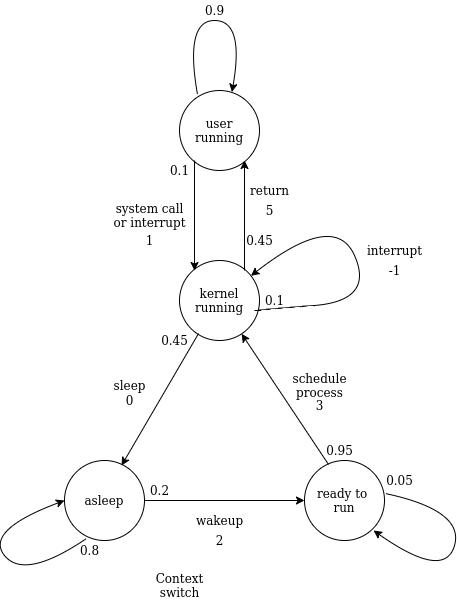
This is C1/Unix Process State Transition.drawio.png from lakhalouahid/reinforcement-learning-course, a draw.io export, as it was before one commit. Source tidied: cells renumbered, new cells last; positions are measured from the earlier drawing's top-left corner, leaving out a move shared by most shapes.
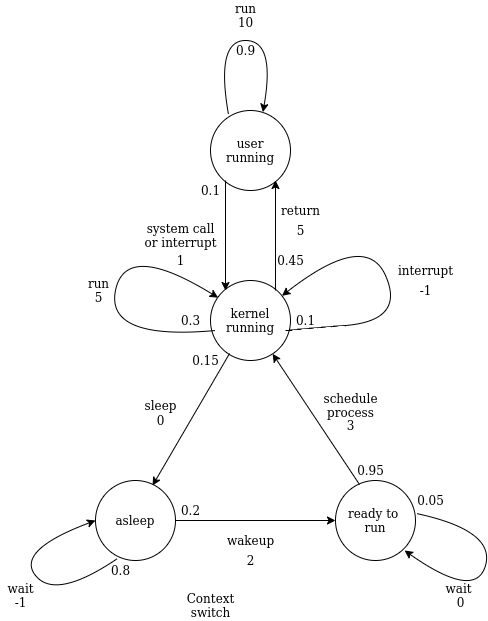
After the commit.

What changed in the source:
```diff
@@ -111,7 +111,7 @@
       </mxGeometry>
     </mxCell>
     <mxCell id="28" value="0.9" style="text;html=1;align=center;verticalAlign=middle;strokeColor=none;fillColor=none;" parent="1" vertex="1">
-      <mxGeometry x="215" width="30" height="20" as="geometry" />
+      <mxGeometry x="215" y="20" width="30" height="20" as="geometry" />
     </mxCell>
     <mxCell id="29" value="0.1" style="text;html=1;align=center;verticalAlign=middle;strokeColor=none;fillColor=none;" parent="1" vertex="1">
       <mxGeometry x="275" y="290" width="30" height="20" as="geometry" />
@@ -119,7 +119,7 @@
     <mxCell id="30" value="0.45" style="text;html=1;align=center;verticalAlign=middle;strokeColor=none;fillColor=none;" parent="1" vertex="1">
       <mxGeometry x="255" y="230" width="40" height="20" as="geometry" />
     </mxCell>
-    <mxCell id="31" value="0.45" style="text;html=1;align=center;verticalAlign=middle;strokeColor=none;fillColor=none;" parent="1" vertex="1">
+    <mxCell id="31" value="0.15" style="text;html=1;align=center;verticalAlign=middle;strokeColor=none;fillColor=none;" parent="1" vertex="1">
       <mxGeometry x="170" y="330" width="40" height="20" as="geometry" />
     </mxCell>
     <mxCell id="32" value="0.8" style="text;html=1;align=center;verticalAlign=middle;strokeColor=none;fillColor=none;" parent="1" vertex="1">
@@ -137,5 +137,30 @@
     <mxCell id="36" value="0.1" style="text;html=1;align=center;verticalAlign=middle;strokeColor=none;fillColor=none;" parent="1" vertex="1">
       <mxGeometry x="180" y="160" width="30" height="20" as="geometry" />
     </mxCell>
+    <mxCell id="37" value="wait&lt;br&gt;-1" style="text;html=1;align=center;verticalAlign=middle;strokeColor=none;fillColor=none;rotation=0;" parent="1" vertex="1">
+      <mxGeometry x="-15" y="560" width="40" height="30" as="geometry" />
+    </mxCell>
+    <mxCell id="38" value="wait &lt;br&gt;0" style="text;html=1;align=center;verticalAlign=middle;strokeColor=none;fillColor=none;rotation=0;" parent="1" vertex="1">
+      <mxGeometry x="425" y="560" width="40" height="30" as="geometry" />
+    </mxCell>
+    <mxCell id="39" value="run&lt;br&gt;10" style="text;html=1;align=center;verticalAlign=middle;strokeColor=none;fillColor=none;fontSize=12;fontFamily=Helvetica;fontColor=default;" parent="1" vertex="1">
+      <mxGeometry x="210" y="-20" width="40" height="30" as="geometry" />
+    </mxCell>
+    <mxCell id="40" style="curved=1;endArrow=classic;html=1;rounded=0;entryX=0.095;entryY=0.215;entryDx=0;entryDy=0;entryPerimeter=0;" parent="1" edge="1" target="3">
+      <mxGeometry relative="1" as="geometry">
+        <mxPoint x="200" y="310" as="sourcePoint" />
+        <Array as="points">
+          <mxPoint x="200" y="310" />
+          <mxPoint x="90" y="320" />
+          <mxPoint x="110" y="220" />
+        </Array>
+      </mxGeometry>
+    </mxCell>
+    <mxCell id="41" value="run&lt;br&gt;5" style="text;html=1;align=center;verticalAlign=middle;strokeColor=none;fillColor=none;fontSize=12;fontFamily=Helvetica;fontColor=default;" parent="1" vertex="1">
+      <mxGeometry x="63" y="255" width="40" height="30" as="geometry" />
+    </mxCell>
+    <mxCell id="42" value="0.3" style="text;html=1;align=center;verticalAlign=middle;strokeColor=none;fillColor=none;" parent="1" vertex="1">
+      <mxGeometry x="160" y="290" width="30" height="20" as="geometry" />
+    </mxCell>
   </root>
 </mxGraphModel>
```
